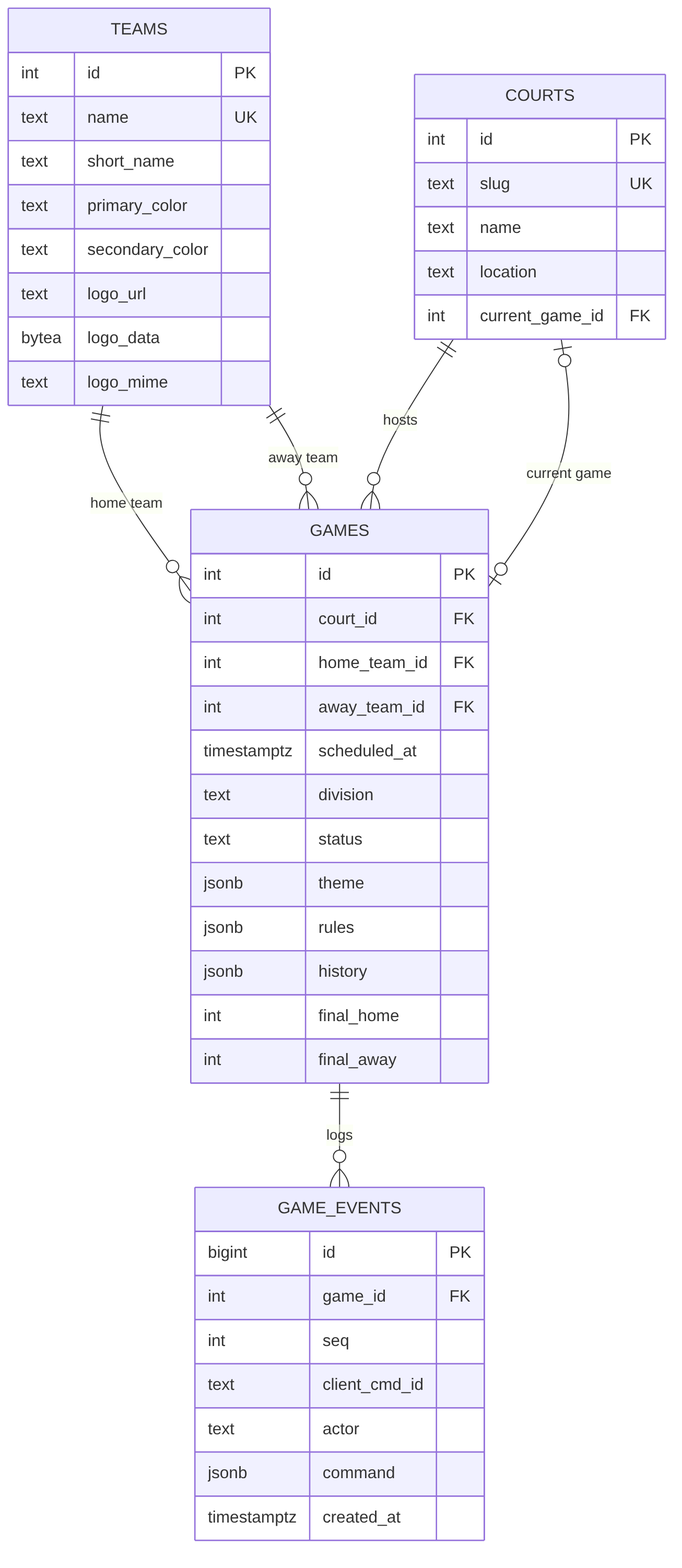
aingalsbe/UpwardScoreboard keeps this Mermaid diagram as deliverables/diagrams/er-data-model.png. Above is the earlier version. Its source is kept beside it as deliverables/diagrams/er-data-model.mmd.
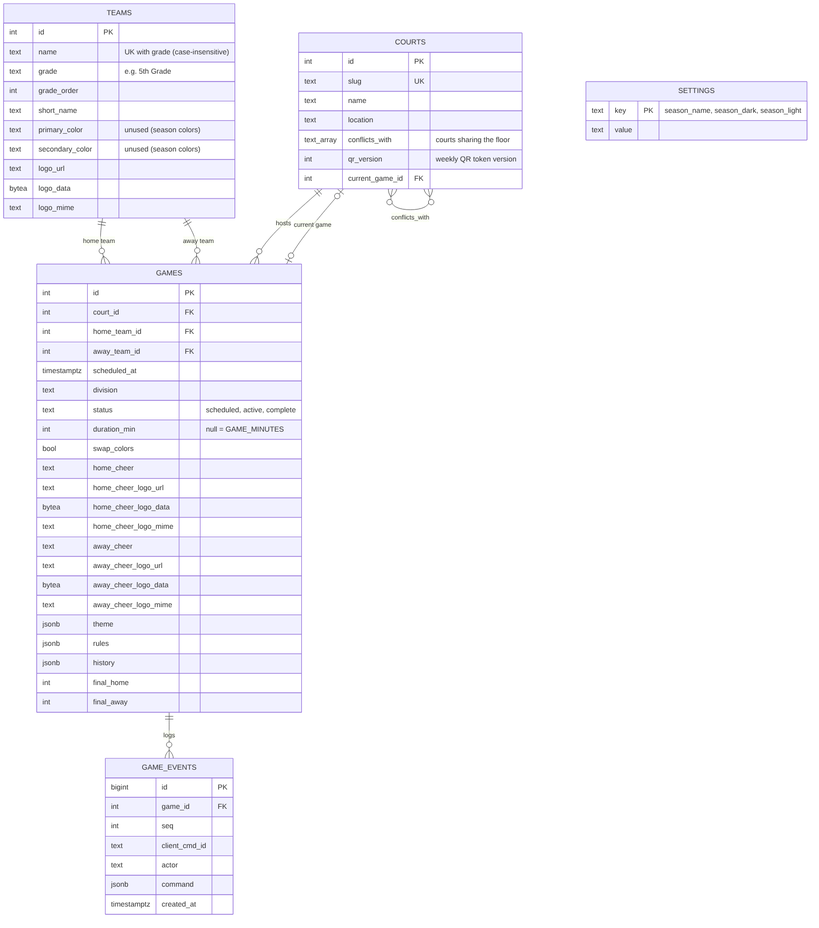
After the commit.

Diff of the diagram source:
```diff
@@ -4,12 +4,15 @@
   COURTS ||--o{ GAMES : "hosts"
   COURTS |o--o| GAMES : "current game"
   GAMES ||--o{ GAME_EVENTS : "logs"
+  COURTS }o--o{ COURTS : "conflicts_with"
   TEAMS {
     int id PK
-    text name UK
+    text name "UK with grade (case-insensitive)"
+    text grade "e.g. 5th Grade"
+    int grade_order
     text short_name
-    text primary_color
-    text secondary_color
+    text primary_color "unused (season colors)"
+    text secondary_color "unused (season colors)"
     text logo_url
     bytea logo_data
     text logo_mime
@@ -19,6 +22,8 @@
     text slug UK
     text name
     text location
+    text_array conflicts_with "courts sharing the floor"
+    int qr_version "weekly QR token version"
     int current_game_id FK
   }
   GAMES {
@@ -28,7 +33,17 @@
     int away_team_id FK
     timestamptz scheduled_at
     text division
-    text status
+    text status "scheduled, active, complete"
+    int duration_min "null = GAME_MINUTES"
+    bool swap_colors
+    text home_cheer
+    text home_cheer_logo_url
+    bytea home_cheer_logo_data
+    text home_cheer_logo_mime
+    text away_cheer
+    text away_cheer_logo_url
+    bytea away_cheer_logo_data
+    text away_cheer_logo_mime
     jsonb theme
     jsonb rules
     jsonb history
@@ -44,3 +59,7 @@
     jsonb command
     timestamptz created_at
   }
+  SETTINGS {
+    text key PK "season_name, season_dark, season_light"
+    text value
+  }
```
